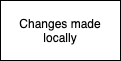
Earlier version of the draw.io export admin/cipipeline/phase1.drawio.png (cse110-sp21-group34/cse110-sp21-group34). Source tidied: cells renumbered, new cells last; positions are measured from the earlier drawing's top-left corner, leaving out a move shared by most shapes.
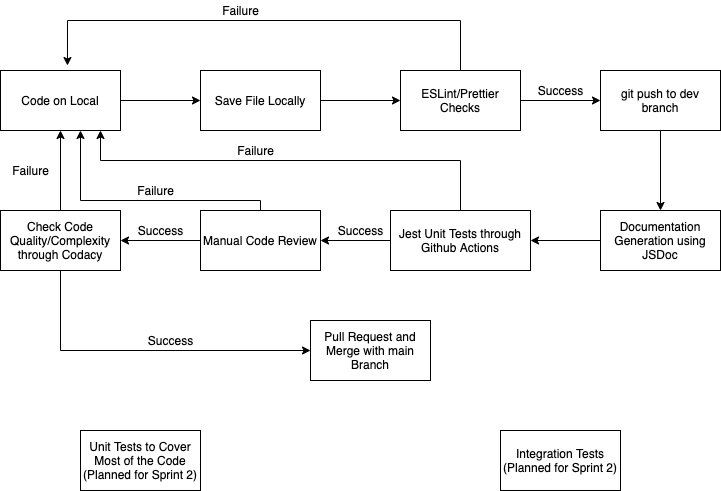
The same diagram one commit later.

Commit message:
Update jsdoc Github Action

The edit, as a diff of the source:
```diff
@@ -2,8 +2,119 @@
   <root>
     <mxCell id="0" />
     <mxCell id="1" parent="0" />
+    <mxCell id="3" style="edgeStyle=orthogonalEdgeStyle;rounded=0;jettySize=auto;html=1;" parent="1" edge="1" source="2" target="5">
+      <mxGeometry relative="1" as="geometry" />
+    </mxCell>
-    <mxCell id="2" value="Changes made locally" style="rounded=0;whiteSpace=wrap;html=1;" parent="1" vertex="1">
+    <mxCell id="2" value="Code on Local" style="rounded=0;whiteSpace=wrap;html=1;" parent="1" vertex="1">
       <mxGeometry width="120" height="60" as="geometry" />
     </mxCell>
+    <mxCell id="4" style="edgeStyle=orthogonalEdgeStyle;rounded=0;jettySize=auto;html=1;" parent="1" edge="1" source="5" target="8">
+      <mxGeometry relative="1" as="geometry" />
+    </mxCell>
+    <mxCell id="5" value="Save File Locally" style="whiteSpace=wrap;html=1;rounded=0;" parent="1" vertex="1">
+      <mxGeometry x="200" width="120" height="60" as="geometry" />
+    </mxCell>
+    <mxCell id="6" style="edgeStyle=orthogonalEdgeStyle;rounded=0;jettySize=auto;html=1;" parent="1" edge="1" source="8" target="15">
+      <mxGeometry relative="1" as="geometry" />
+    </mxCell>
+    <mxCell id="7" style="edgeStyle=orthogonalEdgeStyle;rounded=0;jettySize=auto;html=1;entryX=0.558;entryY=-0.083;entryDx=0;entryDy=0;entryPerimeter=0;" parent="1" edge="1" source="8" target="2">
+      <mxGeometry relative="1" as="geometry">
+        <Array as="points">
+          <mxPoint x="460" y="-50" />
+          <mxPoint x="67" y="-50" />
+        </Array>
+      </mxGeometry>
+    </mxCell>
+    <mxCell id="8" value="&lt;span&gt;ESLint/Prettier Checks&lt;/span&gt;" style="whiteSpace=wrap;html=1;rounded=0;" parent="1" vertex="1">
+      <mxGeometry x="400" width="120" height="60" as="geometry" />
+    </mxCell>
+    <mxCell id="9" style="edgeStyle=orthogonalEdgeStyle;rounded=0;jettySize=auto;html=1;" parent="1" edge="1" source="10" target="13">
+      <mxGeometry relative="1" as="geometry" />
+    </mxCell>
+    <mxCell id="10" value="&lt;span&gt;Documentation Generation using JSDoc&lt;/span&gt;" style="whiteSpace=wrap;html=1;rounded=0;" parent="1" vertex="1">
+      <mxGeometry x="600" y="140" width="120" height="60" as="geometry" />
+    </mxCell>
+    <mxCell id="11" style="edgeStyle=orthogonalEdgeStyle;rounded=0;jettySize=auto;html=1;" parent="1" edge="1" source="13" target="18">
+      <mxGeometry relative="1" as="geometry" />
+    </mxCell>
+    <mxCell id="12" style="edgeStyle=orthogonalEdgeStyle;rounded=0;jettySize=auto;html=1;" parent="1" edge="1" source="13">
+      <mxGeometry relative="1" as="geometry">
+        <mxPoint x="100" y="60" as="targetPoint" />
+        <Array as="points">
+          <mxPoint x="460" y="90" />
+          <mxPoint x="100" y="90" />
+          <mxPoint x="100" y="60" />
+        </Array>
+      </mxGeometry>
+    </mxCell>
+    <mxCell id="13" value="Jest Unit Tests through Github Actions" style="whiteSpace=wrap;html=1;rounded=0;" parent="1" vertex="1">
+      <mxGeometry x="390" y="140" width="140" height="60" as="geometry" />
+    </mxCell>
+    <mxCell id="14" style="edgeStyle=orthogonalEdgeStyle;rounded=0;jettySize=auto;html=1;" parent="1" edge="1" source="15" target="10">
+      <mxGeometry relative="1" as="geometry" />
+    </mxCell>
+    <mxCell id="15" value="git push to dev branch" style="whiteSpace=wrap;html=1;rounded=0;" parent="1" vertex="1">
+      <mxGeometry x="600" width="120" height="60" as="geometry" />
+    </mxCell>
+    <mxCell id="16" style="edgeStyle=orthogonalEdgeStyle;rounded=0;jettySize=auto;html=1;" parent="1" edge="1" source="18" target="21">
+      <mxGeometry relative="1" as="geometry" />
+    </mxCell>
+    <mxCell id="17" style="edgeStyle=orthogonalEdgeStyle;rounded=0;jettySize=auto;html=1;" parent="1" edge="1" source="18" target="2">
+      <mxGeometry relative="1" as="geometry">
+        <Array as="points">
+          <mxPoint x="260" y="130" />
+          <mxPoint x="80" y="130" />
+        </Array>
+      </mxGeometry>
+    </mxCell>
+    <mxCell id="18" value="Manual Code Review" style="whiteSpace=wrap;html=1;rounded=0;" parent="1" vertex="1">
+      <mxGeometry x="200" y="140" width="120" height="60" as="geometry" />
+    </mxCell>
+    <mxCell id="19" style="edgeStyle=orthogonalEdgeStyle;rounded=0;jettySize=auto;html=1;" parent="1" edge="1" source="21" target="2">
+      <mxGeometry relative="1" as="geometry" />
+    </mxCell>
+    <mxCell id="20" style="edgeStyle=orthogonalEdgeStyle;rounded=0;jettySize=auto;html=1;" parent="1" edge="1" source="21" target="22">
+      <mxGeometry relative="1" as="geometry">
+        <Array as="points">
+          <mxPoint x="60" y="280" />
+        </Array>
+      </mxGeometry>
+    </mxCell>
+    <mxCell id="21" value="Check Code Quality/Complexity through Codacy" style="whiteSpace=wrap;html=1;rounded=0;" parent="1" vertex="1">
+      <mxGeometry y="140" width="120" height="60" as="geometry" />
+    </mxCell>
+    <mxCell id="22" value="Pull Request and Merge with main Branch" style="whiteSpace=wrap;html=1;rounded=0;" parent="1" vertex="1">
+      <mxGeometry x="310" y="250" width="120" height="60" as="geometry" />
+    </mxCell>
+    <mxCell id="23" value="Success" style="text;html=1;align=center;verticalAlign=middle;" parent="1" vertex="1">
+      <mxGeometry x="530" y="10" width="60" height="20" as="geometry" />
+    </mxCell>
+    <mxCell id="24" value="Failure" style="text;html=1;align=center;verticalAlign=middle;" parent="1" vertex="1">
+      <mxGeometry x="215" y="-70" width="50" height="20" as="geometry" />
+    </mxCell>
+    <mxCell id="25" value="Failure" style="text;html=1;align=center;verticalAlign=middle;" parent="1" vertex="1">
+      <mxGeometry x="230" y="70" width="50" height="20" as="geometry" />
+    </mxCell>
+    <mxCell id="26" value="Failure" style="text;html=1;align=center;verticalAlign=middle;" parent="1" vertex="1">
+      <mxGeometry x="130" y="110" width="50" height="20" as="geometry" />
+    </mxCell>
+    <mxCell id="27" value="Failure" style="text;html=1;align=center;verticalAlign=middle;" parent="1" vertex="1">
+      <mxGeometry x="5" y="90" width="50" height="20" as="geometry" />
+    </mxCell>
+    <mxCell id="28" value="Success" style="text;html=1;align=center;verticalAlign=middle;" parent="1" vertex="1">
+      <mxGeometry x="140" y="260" width="60" height="20" as="geometry" />
+    </mxCell>
+    <mxCell id="29" value="Success" style="text;html=1;align=center;verticalAlign=middle;" parent="1" vertex="1">
+      <mxGeometry x="130" y="150" width="60" height="20" as="geometry" />
+    </mxCell>
+    <mxCell id="30" value="Success" style="text;html=1;align=center;verticalAlign=middle;" parent="1" vertex="1">
+      <mxGeometry x="330" y="150" width="60" height="20" as="geometry" />
+    </mxCell>
+    <mxCell id="31" value="Unit Tests to Cover Most of the Code&lt;br&gt;(Planned for Sprint 2)" style="rounded=0;whiteSpace=wrap;html=1;" parent="1" vertex="1">
+      <mxGeometry x="80" y="360" width="120" height="60" as="geometry" />
+    </mxCell>
+    <mxCell id="32" value="Integration Tests (Planned for Sprint 2)" style="rounded=0;whiteSpace=wrap;html=1;" parent="1" vertex="1">
+      <mxGeometry x="500" y="360" width="120" height="60" as="geometry" />
+    </mxCell>
   </root>
 </mxGraphModel>
```
